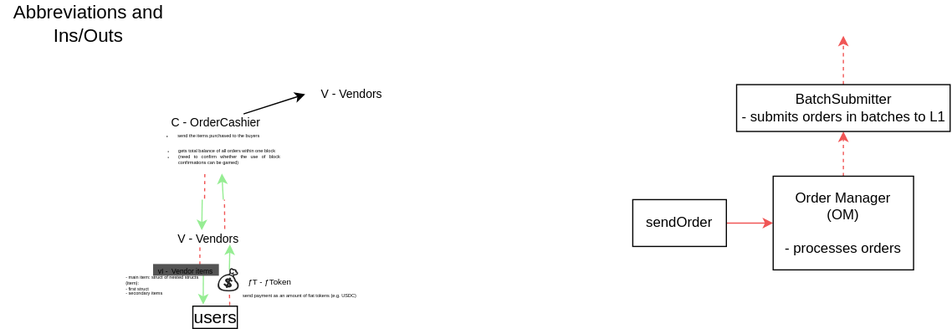
The draw.io diagram src/.drawio.svg in platocrat/ppos, before a commit. Source tidied: cells renumbered, new cells last; positions are measured from the earlier drawing's top-left corner, leaving out a move shared by most shapes. Its diagram source:
```xml
<mxGraphModel>
  <root>
    <mxCell id="0" />
    <mxCell id="1" parent="0" />
    <mxCell id="2" style="edgeStyle=none;html=1;entryX=0;entryY=0.5;entryDx=0;entryDy=0;strokeColor=#F05656;" parent="1" edge="1" source="3" target="5">
      <mxGeometry relative="1" as="geometry" />
    </mxCell>
    <mxCell id="3" value="sendOrder" style="rounded=0;whiteSpace=wrap;html=1;" parent="1" vertex="1">
      <mxGeometry x="540" y="170" width="80" height="40" as="geometry" />
    </mxCell>
    <mxCell id="4" style="edgeStyle=none;curved=1;html=1;dashed=1;fontSize=6;endArrow=classic;endFill=1;strokeColor=#F05656;strokeWidth=1;" parent="1" edge="1" source="5" target="7">
      <mxGeometry relative="1" as="geometry" />
    </mxCell>
    <mxCell id="5" value="Order Manager&lt;br&gt;(OM)&lt;br&gt;&lt;br&gt;- processes orders" style="rounded=0;whiteSpace=wrap;html=1;" parent="1" vertex="1">
      <mxGeometry x="660" y="150" width="120" height="80" as="geometry" />
    </mxCell>
    <mxCell id="6" style="edgeStyle=none;curved=1;html=1;dashed=1;fontSize=6;endArrow=classic;endFill=1;strokeColor=#F05656;strokeWidth=1;" parent="1" edge="1" source="7">
      <mxGeometry relative="1" as="geometry">
        <mxPoint x="720" y="30" as="targetPoint" />
        <Array as="points">
          <mxPoint x="720" y="40" />
        </Array>
      </mxGeometry>
    </mxCell>
    <mxCell id="7" value="BatchSubmitter&lt;br&gt;- submits orders in batches to L1" style="rounded=0;whiteSpace=wrap;html=1;" parent="1" vertex="1">
      <mxGeometry x="628.8" y="71.8" width="182.5" height="40" as="geometry" />
    </mxCell>
    <mxCell id="8" value="&lt;font style=&quot;font-size: 16px&quot;&gt;Abbreviations and Ins/Outs&lt;/font&gt;" style="text;html=1;strokeColor=none;fillColor=none;align=center;verticalAlign=middle;whiteSpace=wrap;rounded=0;fontSize=16;" parent="1" vertex="1">
      <mxGeometry width="150" height="40" as="geometry" />
    </mxCell>
    <mxCell id="9" style="edgeStyle=none;html=1;fontSize=10;" parent="1" edge="1" source="10">
      <mxGeometry relative="1" as="geometry">
        <mxPoint x="260" y="80" as="targetPoint" />
      </mxGeometry>
    </mxCell>
    <mxCell id="10" value="&lt;font style=&quot;font-size: 10px&quot;&gt;C - OrderCashier&lt;/font&gt;" style="text;html=1;strokeColor=none;fillColor=none;align=center;verticalAlign=middle;whiteSpace=wrap;rounded=0;labelPosition=center;verticalLabelPosition=middle;fontSize=10;" parent="1" vertex="1">
      <mxGeometry x="140" y="96.8" width="87.5" height="15" as="geometry" />
    </mxCell>
    <mxCell id="11" style="edgeStyle=none;html=1;exitX=0.75;exitY=0;exitDx=0;exitDy=0;fontSize=19;strokeColor=#F05656;endArrow=none;endFill=0;dashed=1;" parent="1" edge="1" source="12">
      <mxGeometry relative="1" as="geometry">
        <mxPoint x="191" y="170" as="targetPoint" />
      </mxGeometry>
    </mxCell>
    <mxCell id="12" value="V - Vendors" style="text;html=1;strokeColor=none;fillColor=none;align=center;verticalAlign=middle;whiteSpace=wrap;rounded=0;labelPosition=center;verticalLabelPosition=middle;fontSize=10;" parent="1" vertex="1">
      <mxGeometry x="150" y="195" width="55" height="15" as="geometry" />
    </mxCell>
    <mxCell id="13" value="&lt;p class=&quot;p1&quot; style=&quot;margin: 0px ; font-stretch: normal ; line-height: normal ; font-family: &amp;#34;.apple color emoji ui&amp;#34; ; color: rgba(0 , 0 , 0 , 0.85)&quot;&gt;&lt;br&gt;&lt;/p&gt;" style="edgeStyle=none;html=1;fontSize=19;entryX=0.83;entryY=0.887;entryDx=0;entryDy=0;strokeColor=#96ED93;startArrow=none;entryPerimeter=0;" parent="1" edge="1" source="21" target="12">
      <mxGeometry relative="1" as="geometry" />
    </mxCell>
    <mxCell id="14" value="users" style="text;html=1;strokeColor=none;fillColor=none;align=center;verticalAlign=middle;whiteSpace=wrap;rounded=0;labelPosition=center;verticalLabelPosition=middle;fontSize=15;labelBorderColor=default;" parent="1" vertex="1">
      <mxGeometry x="166.2" y="260" width="35" height="20" as="geometry" />
    </mxCell>
    <mxCell id="15" style="edgeStyle=none;html=1;fontSize=19;strokeColor=#96ED93;strokeWidth=1;curved=1;entryX=0.393;entryY=0.073;entryDx=0;entryDy=0;entryPerimeter=0;" parent="1" edge="1" target="12">
      <mxGeometry relative="1" as="geometry">
        <mxPoint x="172" y="170" as="sourcePoint" />
      </mxGeometry>
    </mxCell>
    <mxCell id="16" style="edgeStyle=none;curved=1;html=1;strokeColor=#F04F4F;strokeWidth=1;endArrow=none;endFill=0;fillColor=#60a917;dashed=1;" parent="1" edge="1" source="17">
      <mxGeometry relative="1" as="geometry">
        <mxPoint x="174" y="170" as="targetPoint" />
      </mxGeometry>
    </mxCell>
    <mxCell id="17" value="&lt;ul&gt;&lt;li style=&quot;text-align: justify&quot;&gt;gets total balance of all orders within one block &lt;/li&gt;&lt;li style=&quot;text-align: justify&quot;&gt;(need to confirm whether the use of block confirmations can be gamed)&lt;/li&gt;&lt;/ul&gt;" style="text;html=1;strokeColor=none;fillColor=none;align=left;verticalAlign=middle;whiteSpace=wrap;rounded=0;labelPosition=center;verticalLabelPosition=middle;fontSize=4;horizontal=1;" parent="1" vertex="1">
      <mxGeometry x="110" y="120" width="128.8" height="28.2" as="geometry" />
    </mxCell>
    <mxCell id="18" value="&lt;ul&gt;&lt;li style=&quot;text-align: justify&quot;&gt;send the items purchased to the buyers&lt;/li&gt;&lt;/ul&gt;" style="text;html=1;strokeColor=none;fillColor=none;align=center;verticalAlign=middle;whiteSpace=wrap;rounded=0;labelPosition=center;verticalLabelPosition=middle;fontSize=4;" parent="1" vertex="1">
      <mxGeometry x="110" y="111.8" width="112.5" height="8.2" as="geometry" />
    </mxCell>
    <mxCell id="19" style="edgeStyle=none;html=1;fontSize=19;strokeColor=#96ED93;strokeWidth=1;curved=1;entryX=0.612;entryY=0.984;entryDx=0;entryDy=0;entryPerimeter=0;" parent="1" edge="1" target="17">
      <mxGeometry relative="1" as="geometry">
        <mxPoint x="190" y="170" as="sourcePoint" />
      </mxGeometry>
    </mxCell>
    <mxCell id="20" style="edgeStyle=none;html=1;exitX=0.836;exitY=0.01;exitDx=0;exitDy=0;fontSize=19;strokeColor=#F05656;endArrow=none;endFill=0;dashed=1;exitPerimeter=0;" parent="1" edge="1" source="14" target="21">
      <mxGeometry relative="1" as="geometry" />
    </mxCell>
    <mxCell id="21" value="&lt;span style=&quot;color: rgba(0 , 0 , 0 , 0.85) ; font-family: &amp;#34;.apple color emoji ui&amp;#34;&quot;&gt;💰&lt;/span&gt;" style="text;html=1;strokeColor=none;fillColor=none;align=center;verticalAlign=middle;whiteSpace=wrap;rounded=0;fontSize=21;" parent="1" vertex="1">
      <mxGeometry x="180" y="230" width="30" height="20" as="geometry" />
    </mxCell>
    <mxCell id="22" value="&lt;font style=&quot;font-size: 7px&quot;&gt;ƒT - ƒToken&lt;/font&gt;" style="text;html=1;strokeColor=none;fillColor=none;align=center;verticalAlign=middle;whiteSpace=wrap;rounded=0;fontSize=9;" parent="1" vertex="1">
      <mxGeometry x="205" y="230" width="50" height="20" as="geometry" />
    </mxCell>
    <mxCell id="23" style="edgeStyle=none;html=1;fontSize=19;strokeColor=#96ED93;strokeWidth=1;curved=1;entryX=0.188;entryY=-0.018;entryDx=0;entryDy=0;entryPerimeter=0;" parent="1" edge="1" target="14">
      <mxGeometry relative="1" as="geometry">
        <mxPoint x="173" y="230" as="sourcePoint" />
      </mxGeometry>
    </mxCell>
    <mxCell id="24" style="edgeStyle=none;html=1;exitX=0.364;exitY=1.053;exitDx=0;exitDy=0;fontSize=19;strokeColor=#F05656;endArrow=none;endFill=0;dashed=1;exitPerimeter=0;" parent="1" edge="1" source="12">
      <mxGeometry relative="1" as="geometry">
        <mxPoint x="170" y="230" as="targetPoint" />
      </mxGeometry>
    </mxCell>
    <mxCell id="25" value="&lt;span style=&quot;font-size: 6px&quot;&gt;vI -&amp;nbsp; Vendor items&lt;br&gt;&lt;/span&gt;" style="text;html=1;align=center;verticalAlign=middle;whiteSpace=wrap;rounded=0;labelPosition=center;verticalLabelPosition=middle;fontSize=10;strokeWidth=0;glass=0;fillColor=#545454;gradientColor=none;" parent="1" vertex="1">
      <mxGeometry x="130" y="225" width="56.2" height="10" as="geometry" />
    </mxCell>
    <mxCell id="26" value="V - Vendors" style="text;html=1;strokeColor=none;fillColor=none;align=center;verticalAlign=middle;whiteSpace=wrap;rounded=0;labelPosition=center;verticalLabelPosition=middle;fontSize=10;" parent="1" vertex="1">
      <mxGeometry x="270" y="70" width="60" height="20" as="geometry" />
    </mxCell>
    <mxCell id="27" value="send payment as an amount of fiat tokens (e.g. USDC)" style="text;html=1;strokeColor=none;fillColor=none;align=left;verticalAlign=middle;whiteSpace=wrap;rounded=0;labelPosition=center;verticalLabelPosition=middle;fontSize=4;horizontal=1;" parent="1" vertex="1">
      <mxGeometry x="205" y="250" width="105" height="5" as="geometry" />
    </mxCell>
    <mxCell id="28" value="- main item: struct of nested structs (item):&amp;nbsp;&lt;br&gt;&amp;nbsp; &amp;nbsp; - first struct&lt;br&gt;&amp;nbsp; &amp;nbsp; - secondary items" style="text;html=1;strokeColor=none;fillColor=none;align=left;verticalAlign=middle;whiteSpace=wrap;rounded=0;labelPosition=center;verticalLabelPosition=middle;fontSize=4;horizontal=1;" parent="1" vertex="1">
      <mxGeometry x="105" y="237.5" width="75" height="12.5" as="geometry" />
    </mxCell>
  </root>
</mxGraphModel>
```
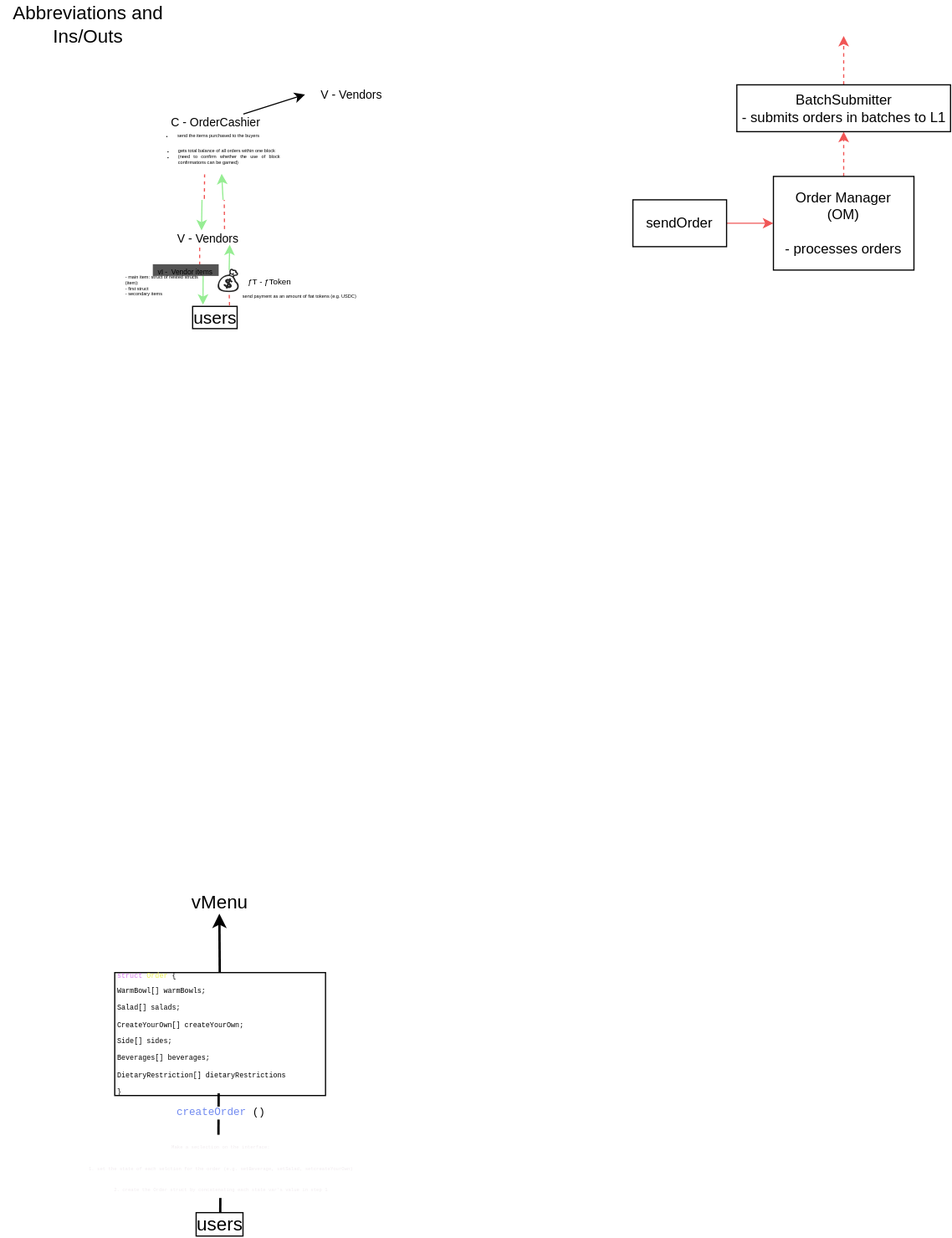
The same file after the commit.

Commit message:
finish template for createOrder function

What changed in the source:
```diff
@@ -102,5 +102,32 @@
     <mxCell id="28" value="- main item: struct of nested structs (item):&amp;nbsp;&lt;br&gt;&amp;nbsp; &amp;nbsp; - first struct&lt;br&gt;&amp;nbsp; &amp;nbsp; - secondary items" style="text;html=1;strokeColor=none;fillColor=none;align=left;verticalAlign=middle;whiteSpace=wrap;rounded=0;labelPosition=center;verticalLabelPosition=middle;fontSize=4;horizontal=1;" parent="1" vertex="1">
       <mxGeometry x="105" y="237.5" width="75" height="12.5" as="geometry" />
     </mxCell>
+    <mxCell id="29" style="edgeStyle=none;html=1;entryX=0.493;entryY=0.982;entryDx=0;entryDy=0;entryPerimeter=0;startArrow=none;strokeWidth=2;" parent="1" edge="1" source="32" target="31">
+      <mxGeometry relative="1" as="geometry" />
+    </mxCell>
+    <mxCell id="30" value="users" style="text;html=1;strokeColor=none;fillColor=none;align=center;verticalAlign=middle;whiteSpace=wrap;rounded=0;labelPosition=center;verticalLabelPosition=middle;fontSize=16;labelBorderColor=default;" parent="1" vertex="1">
+      <mxGeometry x="170" y="1035" width="35" height="20" as="geometry" />
+    </mxCell>
+    <mxCell id="31" value="vMenu" style="text;html=1;strokeColor=none;fillColor=none;align=center;verticalAlign=middle;whiteSpace=wrap;rounded=0;labelPosition=center;verticalLabelPosition=middle;fontSize=16;labelBorderColor=none;strokeWidth=0;" parent="1" vertex="1">
+      <mxGeometry x="140" y="760" width="95" height="20" as="geometry" />
+    </mxCell>
+    <mxCell id="32" value="&lt;div style=&quot;font-size: 6px&quot;&gt;&lt;font face=&quot;Courier New&quot; style=&quot;font-size: 6px&quot;&gt;&lt;font color=&quot;#d97ff0&quot;&gt;struct&lt;/font&gt; &lt;font color=&quot;#ebf056&quot;&gt;Order&lt;/font&gt; {&lt;/font&gt;&lt;/div&gt;&lt;font face=&quot;Courier New&quot; style=&quot;font-size: 6px&quot;&gt;&amp;nbsp; &amp;nbsp; WarmBowl[] warmBowls;&lt;br&gt;&amp;nbsp; &amp;nbsp; Salad[] salads;&lt;br&gt;&amp;nbsp; &amp;nbsp; CreateYourOwn[] createYourOwn;&lt;br&gt;&amp;nbsp; &amp;nbsp; Side[] sides;&lt;br&gt;&amp;nbsp; &amp;nbsp; Beverages[] beverages;&lt;br&gt;&amp;nbsp; &amp;nbsp; DietaryRestriction[] dietaryRestrictions&lt;br&gt;}&lt;/font&gt;" style="rounded=0;whiteSpace=wrap;html=1;labelBorderColor=none;strokeWidth=0;fillColor=none;align=left;" parent="1" vertex="1">
+      <mxGeometry x="97.5" y="830" width="180" height="105" as="geometry" />
+    </mxCell>
+    <mxCell id="33" style="edgeStyle=none;html=1;entryX=0.493;entryY=0.982;entryDx=0;entryDy=0;entryPerimeter=0;endArrow=none;strokeWidth=2;" parent="1" edge="1" target="32">
+      <mxGeometry relative="1" as="geometry">
+        <mxPoint x="186" y="980" as="sourcePoint" />
+      </mxGeometry>
+    </mxCell>
+    <mxCell id="34" value="&lt;font color=&quot;#718af0&quot; style=&quot;font-size: 9px;&quot;&gt;createOrder&lt;/font&gt;()" style="edgeLabel;html=1;align=center;verticalAlign=middle;fontSize=9;fontFamily=Courier New;" parent="33" vertex="1">
+      <mxGeometry x="-0.05" relative="1" as="geometry">
+        <mxPoint x="1" y="-8" as="offset" />
+      </mxGeometry>
+    </mxCell>
+    <mxCell id="35" value="&lt;font color=&quot;#f0ebee&quot;&gt;&lt;span style=&quot;font-size: 4px&quot;&gt;Make a seclection on the interface:&lt;br&gt;1. set the state of each selction for the order (e.g. setBeverage, setSalad, setcreateYourOwn)&lt;br&gt;2. create the Order struct by concatenating each state var's value in step 1&amp;nbsp;&lt;br&gt;&lt;/span&gt;&lt;/font&gt;" style="edgeStyle=none;html=1;fontFamily=Courier New;fontSize=15;fontColor=#EBF056;strokeWidth=2;endArrow=none;endFill=0;" parent="1" edge="1" source="30">
+      <mxGeometry x="0.45" relative="1" as="geometry">
+        <mxPoint x="188" y="980" as="targetPoint" />
+      </mxGeometry>
+    </mxCell>
   </root>
 </mxGraphModel>
```
